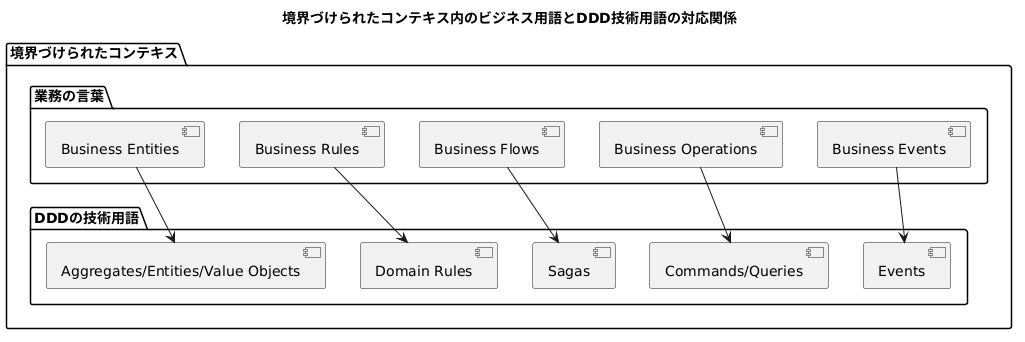
This is images/c2fbee1b884f10/diagram-05.png from k2works/zen-docs, a PlantUML export, as it was before one commit. Source of this version:
```plantuml
@startuml
title 境界づけられたコンテキス内のビジネス用語とDDD技術用語の対応関係

package 境界づけられたコンテキス {
package 業務の言葉 {
    [Business Entities]
    [Business Rules]
    [Business Flows]
    [Business Operations]
    [Business Events]
}
package DDDの技術用語 {
    [Aggregates/Entities/Value Objects]
    [Domain Rules]
    [Sagas]
    [Commands/Queries]
    [Events]
}

[Business Entities] --> [Aggregates/Entities/Value Objects]
[Business Rules] --> [Domain Rules]
[Business Flows] --> [Sagas]
[Business Operations] --> [Commands/Queries]
[Business Events] --> [Events]
@enduml
```
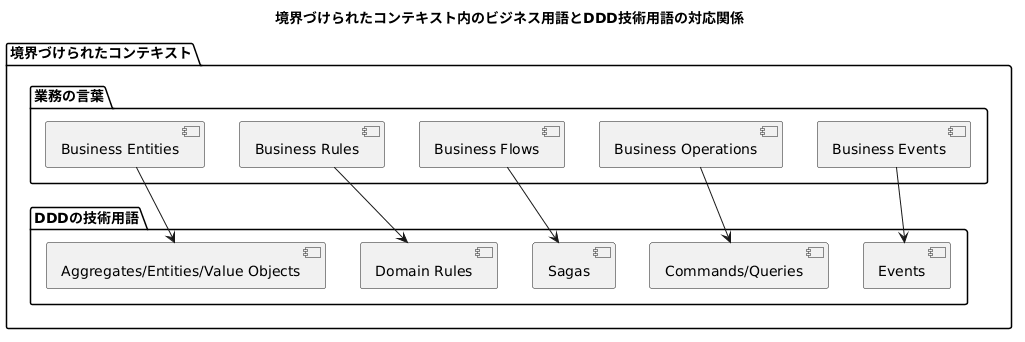
The same file after the commit.

What changed in the source:
```diff
@@ -1,7 +1,7 @@
 @startuml
-title 境界づけられたコンテキス内のビジネス用語とDDD技術用語の対応関係
+title 境界づけられたコンテキスト内のビジネス用語とDDD技術用語の対応関係
 
-package 境界づけられたコンテキス {
+package 境界づけられたコンテキスト {
 package 業務の言葉 {
     [Business Entities]
     [Business Rules]
```
